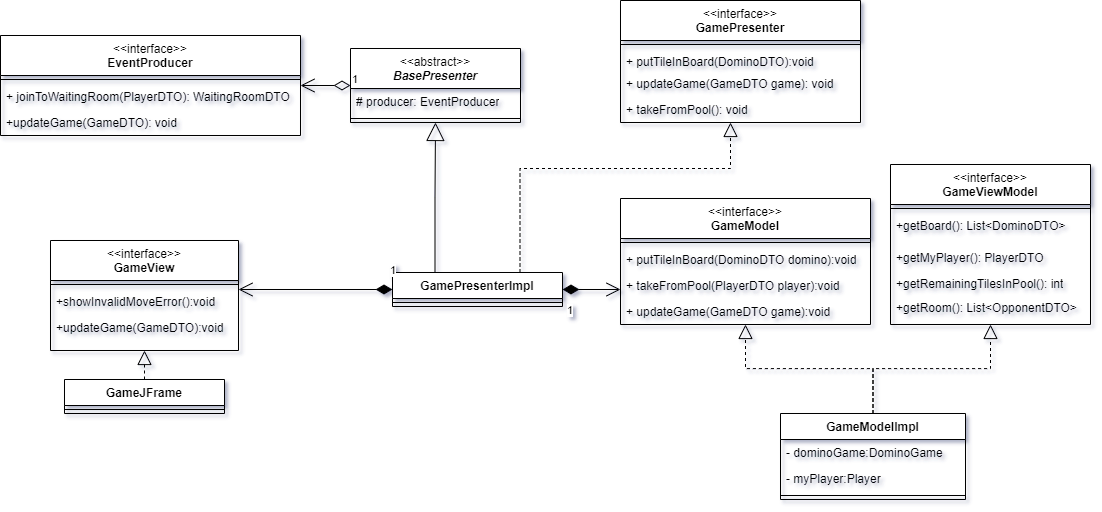
Before: docs/imgs/CD_ejercer_turno.png, a diagram exported from draw.io (SilverFlin/DominosPizza). Source tidied: cells renumbered, new cells last; positions are measured from the earlier drawing's top-left corner, leaving out a move shared by most shapes.
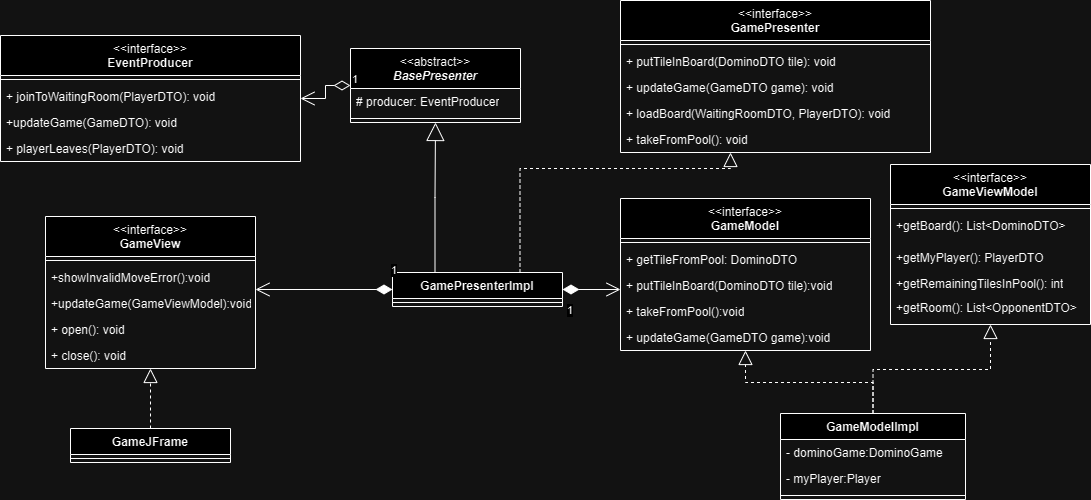
Later version of the same file.

Change to the diagram source:
```diff
@@ -13,23 +13,29 @@
       </mxGeometry>
     </mxCell>
     <mxCell id="4" value="&lt;b style=&quot;border-color: var(--border-color);&quot;&gt;&lt;b style=&quot;border-color: var(--border-color);&quot;&gt;GameJFrame&lt;/b&gt;&lt;br&gt;&lt;/b&gt;" style="swimlane;fontStyle=1;align=center;verticalAlign=top;horizontal=1;startSize=26;whiteSpace=wrap;html=1;" parent="1" vertex="1">
-      <mxGeometry x="64" y="379" width="160" height="34" as="geometry" />
+      <mxGeometry x="70" y="428" width="160" height="34" as="geometry" />
     </mxCell>
     <mxCell id="5" style="line;strokeWidth=1;align=left;verticalAlign=middle;spacingTop=-1;spacingLeft=3;spacingRight=3;labelPosition=right;" parent="4" vertex="1">
       <mxGeometry y="26" width="160" height="8" as="geometry" />
     </mxCell>
     <mxCell id="6" value="&lt;span style=&quot;border-color: var(--border-color);&quot;&gt;&lt;span style=&quot;border-color: var(--border-color);&quot;&gt;&lt;span style=&quot;font-weight: normal;&quot;&gt;&amp;lt;&amp;lt;interface&amp;gt;&amp;gt;&lt;/span&gt;&lt;br&gt;GameView&lt;/span&gt;&lt;br&gt;&lt;/span&gt;" style="swimlane;fontStyle=1;align=center;verticalAlign=top;horizontal=1;startSize=40;whiteSpace=wrap;html=1;" parent="1" vertex="1">
-      <mxGeometry x="50" y="240" width="188" height="110" as="geometry" />
+      <mxGeometry x="45" y="216" width="210" height="152" as="geometry" />
     </mxCell>
     <mxCell id="7" style="line;strokeWidth=1;align=left;verticalAlign=middle;spacingTop=-1;spacingLeft=3;spacingRight=3;labelPosition=right;" parent="6" vertex="1">
-      <mxGeometry y="40" width="188" height="8" as="geometry" />
+      <mxGeometry y="40" width="210" height="8" as="geometry" />
     </mxCell>
     <mxCell id="8" value="+showInvalidMoveError():void" style="text;align=left;verticalAlign=top;spacingLeft=4;spacingRight=4;overflow=hidden;whiteSpace=wrap;html=1;" parent="6" vertex="1">
-      <mxGeometry y="48" width="188" height="26" as="geometry" />
+      <mxGeometry y="48" width="210" height="26" as="geometry" />
     </mxCell>
-    <mxCell id="9" value="+updateGame(GameDTO):void" style="text;align=left;verticalAlign=top;spacingLeft=4;spacingRight=4;overflow=hidden;whiteSpace=wrap;html=1;" parent="6" vertex="1">
-      <mxGeometry y="74" width="188" height="36" as="geometry" />
+    <mxCell id="9" value="+updateGame(GameViewModel):void" style="text;align=left;verticalAlign=top;spacingLeft=4;spacingRight=4;overflow=hidden;whiteSpace=wrap;html=1;" parent="6" vertex="1">
+      <mxGeometry y="74" width="210" height="26" as="geometry" />
     </mxCell>
+    <mxCell id="45" value="+ open(): void" style="text;strokeColor=none;fillColor=none;align=left;verticalAlign=top;spacingLeft=4;spacingRight=4;overflow=hidden;whiteSpace=wrap;html=1;" parent="6" vertex="1">
+      <mxGeometry y="100" width="210" height="26" as="geometry" />
+    </mxCell>
+    <mxCell id="46" value="+ close(): void" style="text;strokeColor=none;fillColor=none;align=left;verticalAlign=top;spacingLeft=4;spacingRight=4;overflow=hidden;whiteSpace=wrap;html=1;" parent="6" vertex="1">
+      <mxGeometry y="126" width="210" height="26" as="geometry" />
+    </mxCell>
     <mxCell id="10" value="&lt;b style=&quot;border-color: var(--border-color);&quot;&gt;GamePresenterImpl&lt;br&gt;&lt;/b&gt;" style="swimlane;fontStyle=1;align=center;verticalAlign=top;horizontal=1;startSize=26;whiteSpace=wrap;html=1;" parent="1" vertex="1">
       <mxGeometry x="392" y="272" width="170" height="34" as="geometry" />
     </mxCell>
@@ -37,19 +43,22 @@
       <mxGeometry y="26" width="170" height="8" as="geometry" />
     </mxCell>
     <mxCell id="12" value="&lt;span style=&quot;border-color: var(--border-color);&quot;&gt;&lt;span style=&quot;border-color: var(--border-color);&quot;&gt;&lt;span style=&quot;font-weight: normal;&quot;&gt;&amp;lt;&amp;lt;interface&amp;gt;&amp;gt;&lt;/span&gt;&lt;br&gt;GamePresenter&lt;/span&gt;&lt;br&gt;&lt;/span&gt;" style="swimlane;fontStyle=1;align=center;verticalAlign=top;horizontal=1;startSize=40;whiteSpace=wrap;html=1;" parent="1" vertex="1">
-      <mxGeometry x="620" width="240" height="122" as="geometry" />
+      <mxGeometry x="620" width="310" height="152" as="geometry" />
     </mxCell>
     <mxCell id="13" style="line;strokeWidth=1;align=left;verticalAlign=middle;spacingTop=-1;spacingLeft=3;spacingRight=3;labelPosition=right;" parent="12" vertex="1">
-      <mxGeometry y="40" width="240" height="8" as="geometry" />
+      <mxGeometry y="40" width="310" height="8" as="geometry" />
     </mxCell>
-    <mxCell id="14" value="+ putTileInBoard(DominoDTO):void" style="text;align=left;verticalAlign=top;spacingLeft=4;spacingRight=4;overflow=hidden;whiteSpace=wrap;html=1;" parent="12" vertex="1">
-      <mxGeometry y="48" width="240" height="22" as="geometry" />
-    </mxCell>
+    <mxCell id="47" value="+ putTileInBoard(DominoDTO tile): void" style="text;strokeColor=none;fillColor=none;align=left;verticalAlign=top;spacingLeft=4;spacingRight=4;overflow=hidden;whiteSpace=wrap;html=1;" parent="12" vertex="1">
+      <mxGeometry y="48" width="310" height="26" as="geometry" />
+    </mxCell>
     <mxCell id="15" value="+&amp;nbsp;updateGame(GameDTO game): void" style="text;align=left;verticalAlign=top;spacingLeft=4;spacingRight=4;overflow=hidden;whiteSpace=wrap;html=1;" parent="12" vertex="1">
-      <mxGeometry y="70" width="240" height="26" as="geometry" />
+      <mxGeometry y="74" width="310" height="26" as="geometry" />
     </mxCell>
+    <mxCell id="48" value="+ loadBoard(WaitingRoomDTO, PlayerDTO): void" style="text;strokeColor=none;fillColor=none;align=left;verticalAlign=top;spacingLeft=4;spacingRight=4;overflow=hidden;whiteSpace=wrap;html=1;" parent="12" vertex="1">
+      <mxGeometry y="100" width="310" height="26" as="geometry" />
+    </mxCell>
-    <mxCell id="16" value="+ takeFromPool(): void" style="text;align=left;verticalAlign=top;spacingLeft=4;spacingRight=4;overflow=hidden;whiteSpace=wrap;html=1;" parent="12" vertex="1">
-      <mxGeometry y="96" width="240" height="26" as="geometry" />
+    <mxCell id="16" value="+ takeFromPool(): void" style="text;strokeColor=none;fillColor=none;align=left;verticalAlign=top;spacingLeft=4;spacingRight=4;overflow=hidden;whiteSpace=wrap;html=1;" parent="12" vertex="1">
+      <mxGeometry y="126" width="310" height="26" as="geometry" />
     </mxCell>
     <mxCell id="17" value="1" style="endArrow=open;html=1;endSize=12;startArrow=diamondThin;startSize=14;startFill=1;edgeStyle=elbowEdgeStyle;align=left;verticalAlign=bottom;rounded=0;elbow=vertical;" parent="1" edge="1" source="10" target="6">
       <mxGeometry x="-0.95" y="-10" relative="1" as="geometry">
@@ -59,19 +68,22 @@
       </mxGeometry>
     </mxCell>
     <mxCell id="18" value="&lt;span style=&quot;border-color: var(--border-color);&quot;&gt;&lt;span style=&quot;border-color: var(--border-color);&quot;&gt;&lt;span style=&quot;font-weight: normal;&quot;&gt;&amp;lt;&amp;lt;interface&amp;gt;&amp;gt;&lt;/span&gt;&lt;br&gt;GameModel&lt;/span&gt;&lt;br&gt;&lt;/span&gt;" style="swimlane;fontStyle=1;align=center;verticalAlign=top;horizontal=1;startSize=40;whiteSpace=wrap;html=1;" parent="1" vertex="1">
-      <mxGeometry x="620" y="198" width="250" height="126" as="geometry" />
+      <mxGeometry x="620" y="198" width="250" height="152" as="geometry" />
     </mxCell>
     <mxCell id="19" style="line;strokeWidth=1;align=left;verticalAlign=middle;spacingTop=-1;spacingLeft=3;spacingRight=3;labelPosition=right;" parent="18" vertex="1">
       <mxGeometry y="40" width="250" height="8" as="geometry" />
     </mxCell>
+    <mxCell id="49" value="+ getTileFromPool: DominoDTO" style="text;strokeColor=none;fillColor=none;align=left;verticalAlign=top;spacingLeft=4;spacingRight=4;overflow=hidden;whiteSpace=wrap;html=1;" parent="18" vertex="1">
+      <mxGeometry y="48" width="250" height="26" as="geometry" />
+    </mxCell>
-    <mxCell id="20" value="+&amp;nbsp;putTileInBoard(DominoDTO domino):void" style="text;align=left;verticalAlign=top;spacingLeft=4;spacingRight=4;overflow=hidden;whiteSpace=wrap;html=1;" parent="18" vertex="1">
-      <mxGeometry y="48" width="250" height="26" as="geometry" />
+    <mxCell id="20" value="+&amp;nbsp;putTileInBoard(DominoDTO tile):void" style="text;align=left;verticalAlign=top;spacingLeft=4;spacingRight=4;overflow=hidden;whiteSpace=wrap;html=1;" parent="18" vertex="1">
+      <mxGeometry y="74" width="250" height="26" as="geometry" />
     </mxCell>
-    <mxCell id="21" value="+&amp;nbsp;takeFromPool(PlayerDTO player):void" style="text;align=left;verticalAlign=top;spacingLeft=4;spacingRight=4;overflow=hidden;whiteSpace=wrap;html=1;" parent="18" vertex="1">
-      <mxGeometry y="74" width="250" height="26" as="geometry" />
+    <mxCell id="21" value="+&amp;nbsp;takeFromPool():void" style="text;align=left;verticalAlign=top;spacingLeft=4;spacingRight=4;overflow=hidden;whiteSpace=wrap;html=1;" parent="18" vertex="1">
+      <mxGeometry y="100" width="250" height="26" as="geometry" />
     </mxCell>
     <mxCell id="22" value="+&amp;nbsp;updateGame(GameDTO game):void" style="text;align=left;verticalAlign=top;spacingLeft=4;spacingRight=4;overflow=hidden;whiteSpace=wrap;html=1;" parent="18" vertex="1">
-      <mxGeometry y="100" width="250" height="26" as="geometry" />
+      <mxGeometry y="126" width="250" height="26" as="geometry" />
     </mxCell>
     <mxCell id="23" value="1" style="endArrow=open;html=1;endSize=12;startArrow=diamondThin;startSize=14;startFill=1;edgeStyle=orthogonalEdgeStyle;align=left;verticalAlign=bottom;rounded=0;" parent="1" edge="1" source="10" target="18">
       <mxGeometry x="-0.88" y="-30" relative="1" as="geometry">
@@ -97,17 +109,20 @@
       <mxGeometry relative="1" as="geometry" />
     </mxCell>
     <mxCell id="29" value="&lt;span style=&quot;border-color: var(--border-color);&quot;&gt;&lt;span style=&quot;border-color: var(--border-color);&quot;&gt;&lt;span style=&quot;font-weight: normal;&quot;&gt;&amp;lt;&amp;lt;interface&amp;gt;&amp;gt;&lt;/span&gt;&lt;br&gt;EventProducer&lt;/span&gt;&lt;br&gt;&lt;/span&gt;" style="swimlane;fontStyle=1;align=center;verticalAlign=top;horizontal=1;startSize=40;whiteSpace=wrap;html=1;" parent="1" vertex="1">
-      <mxGeometry y="35" width="300" height="100" as="geometry" />
+      <mxGeometry y="35" width="300" height="126" as="geometry" />
     </mxCell>
     <mxCell id="30" style="line;strokeWidth=1;align=left;verticalAlign=middle;spacingTop=-1;spacingLeft=3;spacingRight=3;labelPosition=right;" parent="29" vertex="1">
       <mxGeometry y="40" width="300" height="8" as="geometry" />
     </mxCell>
-    <mxCell id="31" value="+ joinToWaitingRoom(PlayerDTO): WaitingRoomDTO" style="text;align=left;verticalAlign=top;spacingLeft=4;spacingRight=4;overflow=hidden;whiteSpace=wrap;html=1;" parent="29" vertex="1">
+    <mxCell id="31" value="+ joinToWaitingRoom(PlayerDTO): void" style="text;align=left;verticalAlign=top;spacingLeft=4;spacingRight=4;overflow=hidden;whiteSpace=wrap;html=1;" parent="29" vertex="1">
       <mxGeometry y="48" width="300" height="26" as="geometry" />
     </mxCell>
     <mxCell id="32" value="+updateGame(GameDTO): void" style="text;align=left;verticalAlign=top;spacingLeft=4;spacingRight=4;overflow=hidden;whiteSpace=wrap;html=1;" parent="29" vertex="1">
       <mxGeometry y="74" width="300" height="26" as="geometry" />
     </mxCell>
+    <mxCell id="50" value="+ playerLeaves(PlayerDTO): void" style="text;strokeColor=none;fillColor=none;align=left;verticalAlign=top;spacingLeft=4;spacingRight=4;overflow=hidden;whiteSpace=wrap;html=1;" parent="29" vertex="1">
+      <mxGeometry y="100" width="300" height="26" as="geometry" />
+    </mxCell>
     <mxCell id="33" value="&lt;span style=&quot;border-color: var(--border-color);&quot;&gt;&lt;span style=&quot;border-color: var(--border-color);&quot;&gt;&lt;span style=&quot;font-weight: normal;&quot;&gt;&amp;lt;&amp;lt;interface&amp;gt;&amp;gt;&lt;/span&gt;&lt;br&gt;GameViewModel&lt;/span&gt;&lt;br&gt;&lt;/span&gt;" style="swimlane;fontStyle=1;align=center;verticalAlign=top;horizontal=1;startSize=40;whiteSpace=wrap;html=1;" parent="1" vertex="1">
       <mxGeometry x="890" y="164" width="200" height="160" as="geometry" />
     </mxCell>
```
